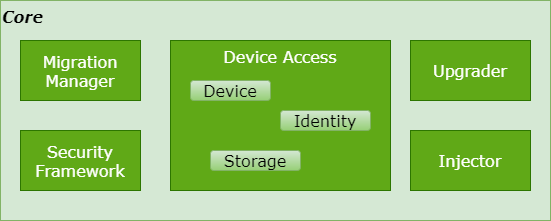
Above: doc/source/img/SOO_architecture_v2021_2-Agency_core.png in smartobjectoriented/soo (draw.io), before the change. Source tidied: cells renumbered, new cells last; positions are measured from the earlier drawing's top-left corner, leaving out a move shared by most shapes. Source of this version:
```xml
<mxGraphModel>
  <root>
    <mxCell id="0" />
    <mxCell id="1" parent="0" />
    <mxCell id="2" value="Core" style="rounded=0;whiteSpace=wrap;html=1;fillColor=#d5e8d4;strokeColor=#82b366;fontFamily=Verdana;fontSize=16;verticalAlign=top;align=left;fontStyle=3;" parent="1" vertex="1">
      <mxGeometry width="550" height="220" as="geometry" />
    </mxCell>
    <mxCell id="3" value="Migration Manager" style="rounded=0;whiteSpace=wrap;html=1;fontFamily=Verdana;fontSize=16;strokeColor=#2D7600;fillColor=#60a917;align=center;verticalAlign=middle;fontColor=#ffffff;" parent="1" vertex="1">
      <mxGeometry x="20" y="40" width="120" height="60" as="geometry" />
    </mxCell>
    <mxCell id="4" value="Security Framework" style="rounded=0;whiteSpace=wrap;html=1;fontFamily=Verdana;fontSize=16;strokeColor=#2D7600;fillColor=#60a917;align=center;verticalAlign=middle;fontColor=#ffffff;" parent="1" vertex="1">
      <mxGeometry x="20" y="130" width="120" height="60" as="geometry" />
    </mxCell>
    <mxCell id="5" value="Device Access" style="rounded=0;whiteSpace=wrap;html=1;fontFamily=Verdana;fontSize=16;strokeColor=#2D7600;fillColor=#60a917;align=center;verticalAlign=top;fontColor=#ffffff;" parent="1" vertex="1">
      <mxGeometry x="170" y="40" width="220" height="150" as="geometry" />
    </mxCell>
    <mxCell id="6" value="Identity" style="rounded=1;whiteSpace=wrap;html=1;fontFamily=Verdana;fontSize=16;strokeColor=#82b366;fillColor=#d5e8d4;align=center;verticalAlign=middle;gradientColor=#97d077;" parent="1" vertex="1">
      <mxGeometry x="280" y="110" width="90" height="20" as="geometry" />
    </mxCell>
    <mxCell id="7" value="Device" style="rounded=1;whiteSpace=wrap;html=1;fontFamily=Verdana;fontSize=16;strokeColor=#82b366;fillColor=#d5e8d4;align=center;verticalAlign=middle;gradientColor=#97d077;" parent="1" vertex="1">
      <mxGeometry x="190" y="80" width="80" height="20" as="geometry" />
    </mxCell>
    <mxCell id="8" value="Storage" style="rounded=1;whiteSpace=wrap;html=1;fontFamily=Verdana;fontSize=16;strokeColor=#82b366;fillColor=#d5e8d4;align=center;verticalAlign=middle;gradientColor=#97d077;" parent="1" vertex="1">
      <mxGeometry x="210" y="150" width="90" height="20" as="geometry" />
    </mxCell>
    <mxCell id="9" value="Upgrader" style="rounded=0;whiteSpace=wrap;html=1;fontFamily=Verdana;fontSize=16;strokeColor=#2D7600;fillColor=#60a917;align=center;verticalAlign=middle;fontColor=#ffffff;" parent="1" vertex="1">
      <mxGeometry x="410" y="40" width="120" height="60" as="geometry" />
    </mxCell>
    <mxCell id="10" value="Injector" style="rounded=0;whiteSpace=wrap;html=1;fontFamily=Verdana;fontSize=16;strokeColor=#2D7600;fillColor=#60a917;align=center;verticalAlign=middle;fontColor=#ffffff;" parent="1" vertex="1">
      <mxGeometry x="410" y="130" width="120" height="60" as="geometry" />
    </mxCell>
  </root>
</mxGraphModel>
```
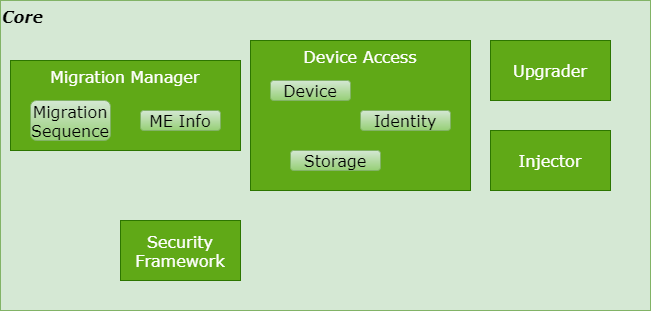
After the change.

Commit message:
[doc] Updates with migration manager

Change to the diagram source:
```diff
@@ -3,13 +3,13 @@
     <mxCell id="0" />
     <mxCell id="1" parent="0" />
     <mxCell id="2" value="Core" style="rounded=0;whiteSpace=wrap;html=1;fillColor=#d5e8d4;strokeColor=#82b366;fontFamily=Verdana;fontSize=16;verticalAlign=top;align=left;fontStyle=3;" parent="1" vertex="1">
-      <mxGeometry width="550" height="220" as="geometry" />
+      <mxGeometry x="-80" width="650" height="310" as="geometry" />
     </mxCell>
-    <mxCell id="3" value="Migration Manager" style="rounded=0;whiteSpace=wrap;html=1;fontFamily=Verdana;fontSize=16;strokeColor=#2D7600;fillColor=#60a917;align=center;verticalAlign=middle;fontColor=#ffffff;" parent="1" vertex="1">
-      <mxGeometry x="20" y="40" width="120" height="60" as="geometry" />
+    <mxCell id="3" value="Migration Manager" style="rounded=0;whiteSpace=wrap;html=1;fontFamily=Verdana;fontSize=16;strokeColor=#2D7600;fillColor=#60a917;align=center;verticalAlign=top;fontColor=#ffffff;" parent="1" vertex="1">
+      <mxGeometry x="-70" y="60" width="230" height="90" as="geometry" />
     </mxCell>
     <mxCell id="4" value="Security Framework" style="rounded=0;whiteSpace=wrap;html=1;fontFamily=Verdana;fontSize=16;strokeColor=#2D7600;fillColor=#60a917;align=center;verticalAlign=middle;fontColor=#ffffff;" parent="1" vertex="1">
-      <mxGeometry x="20" y="130" width="120" height="60" as="geometry" />
+      <mxGeometry x="40" y="220" width="120" height="60" as="geometry" />
     </mxCell>
     <mxCell id="5" value="Device Access" style="rounded=0;whiteSpace=wrap;html=1;fontFamily=Verdana;fontSize=16;strokeColor=#2D7600;fillColor=#60a917;align=center;verticalAlign=top;fontColor=#ffffff;" parent="1" vertex="1">
       <mxGeometry x="170" y="40" width="220" height="150" as="geometry" />
@@ -29,5 +29,11 @@
     <mxCell id="10" value="Injector" style="rounded=0;whiteSpace=wrap;html=1;fontFamily=Verdana;fontSize=16;strokeColor=#2D7600;fillColor=#60a917;align=center;verticalAlign=middle;fontColor=#ffffff;" parent="1" vertex="1">
       <mxGeometry x="410" y="130" width="120" height="60" as="geometry" />
     </mxCell>
+    <mxCell id="11" value="ME Info" style="rounded=1;whiteSpace=wrap;html=1;fontFamily=Verdana;fontSize=16;strokeColor=#82b366;fillColor=#d5e8d4;align=center;verticalAlign=middle;gradientColor=#97d077;" parent="1" vertex="1">
+      <mxGeometry x="60" y="110" width="80" height="20" as="geometry" />
+    </mxCell>
+    <mxCell id="12" value="Migration Sequence" style="rounded=1;whiteSpace=wrap;html=1;fontFamily=Verdana;fontSize=16;strokeColor=#82b366;fillColor=#d5e8d4;align=center;verticalAlign=middle;gradientColor=#97d077;" parent="1" vertex="1">
+      <mxGeometry x="-50" y="100" width="80" height="40" as="geometry" />
+    </mxCell>
   </root>
 </mxGraphModel>
```
